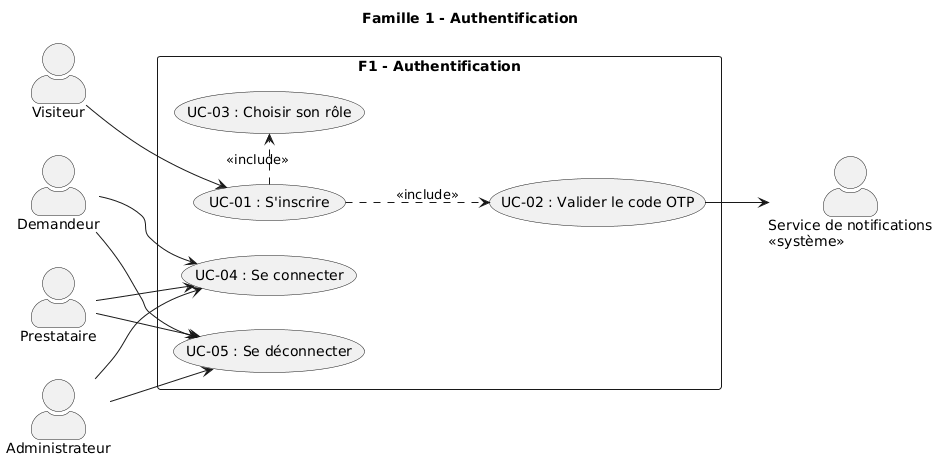
Above: images/diagramme_cu_p1.png in KazeHolloway/Projet_LaTex (PlantUML), before the change.
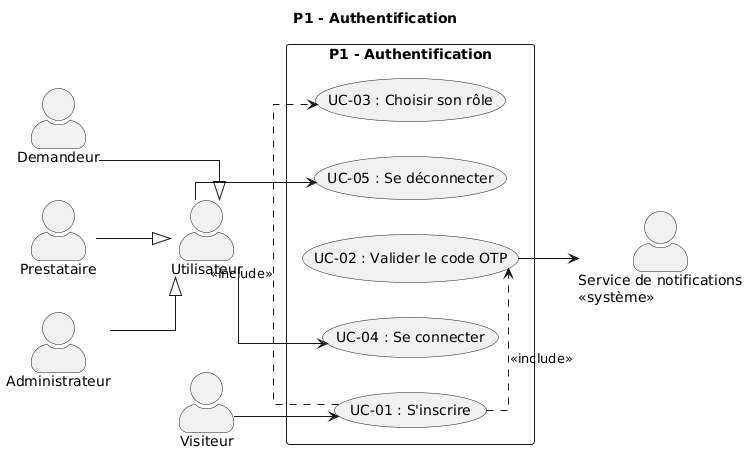
Above is the later version.

Commit message:
PreÃÃmière correction des diagramme de cas d'utilisation

What changed in the source:
```diff
@@ -1,36 +1,35 @@
 @startuml
-title Famille 1 - Authentification
+title P1 - Authentification
 
 left to right direction
 skinparam actorStyle awesome
+skinparam linetype ortho
 
 actor "Visiteur" as visiteur
+actor "Utilisateur" as utilisateur
 actor "Demandeur" as demandeur
 actor "Prestataire" as prestataire
 actor "Administrateur" as admin
 actor "Service de notifications\n<<système>>" as svcNotif
 
-rectangle "F1 - Authentification" {
+demandeur --|> utilisateur
+prestataire --|> utilisateur
+admin --|> utilisateur
+
+rectangle "P1 - Authentification" {
   usecase "UC-01 : S'inscrire" as UC01
+  usecase "UC-02 : Valider le code OTP" as UC02
   usecase "UC-03 : Choisir son rôle" as UC03
-  usecase "UC-02 : Valider le code OTP" as UC02
   usecase "UC-04 : Se connecter" as UC04
   usecase "UC-05 : Se déconnecter" as UC05
 }
 
-UC01 .right.> UC03 : <<include>>
-UC01 .down.> UC02 : <<include>>
+UC01 .> UC02 : <<include>>
+UC01 .> UC03 : <<include>>
 
 visiteur --> UC01
-
-demandeur --> UC04
-demandeur --> UC05
-
-prestataire --> UC04
-prestataire --> UC05
-
-admin --> UC04
-admin --> UC05
+utilisateur --> UC04
+utilisateur --> UC05
 
 UC02 --> svcNotif
 @enduml
```
